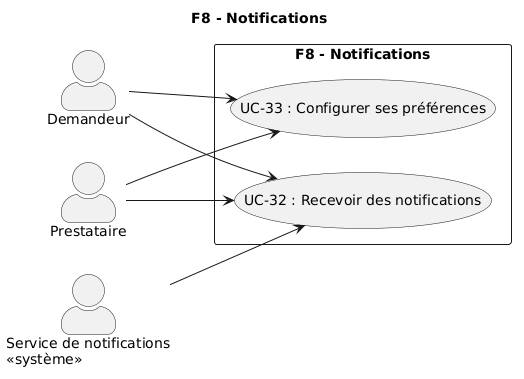
The PlantUML diagram images/diagramme_cu_p8.png in KazeHolloway/Projet_LaTex, before a commit. Its diagram source:
```plantuml
@startuml
title F8 - Notifications

left to right direction
skinparam actorStyle awesome

actor "Demandeur" as demandeur
actor "Prestataire" as prestataire
actor "Service de notifications\n<<système>>" as svcNotif

rectangle "F8 - Notifications" {
  usecase "UC-32 : Recevoir des notifications" as UC32
  usecase "UC-33 : Configurer ses préférences" as UC33
}

svcNotif --> UC32

demandeur --> UC32
demandeur --> UC33

prestataire --> UC32
prestataire --> UC33
@enduml
```
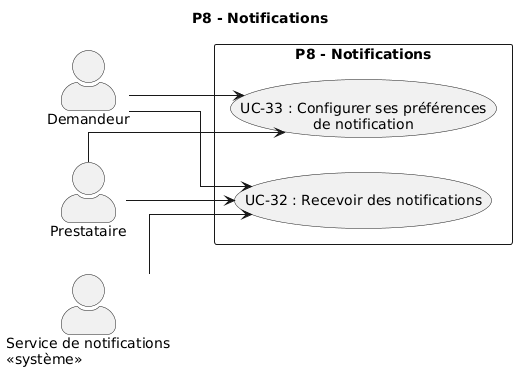
Later version of the same file.

Commit message:
PreÃÃmière correction des diagramme de cas d'utilisation

What changed in the source:
```diff
@@ -1,16 +1,17 @@
 @startuml
-title F8 - Notifications
+title P8 - Notifications
 
 left to right direction
 skinparam actorStyle awesome
+skinparam linetype ortho
 
 actor "Demandeur" as demandeur
 actor "Prestataire" as prestataire
 actor "Service de notifications\n<<système>>" as svcNotif
 
-rectangle "F8 - Notifications" {
+rectangle "P8 - Notifications" {
   usecase "UC-32 : Recevoir des notifications" as UC32
-  usecase "UC-33 : Configurer ses préférences" as UC33
+  usecase "UC-33 : Configurer ses préférences\nde notification" as UC33
 }
 
 svcNotif --> UC32
```
